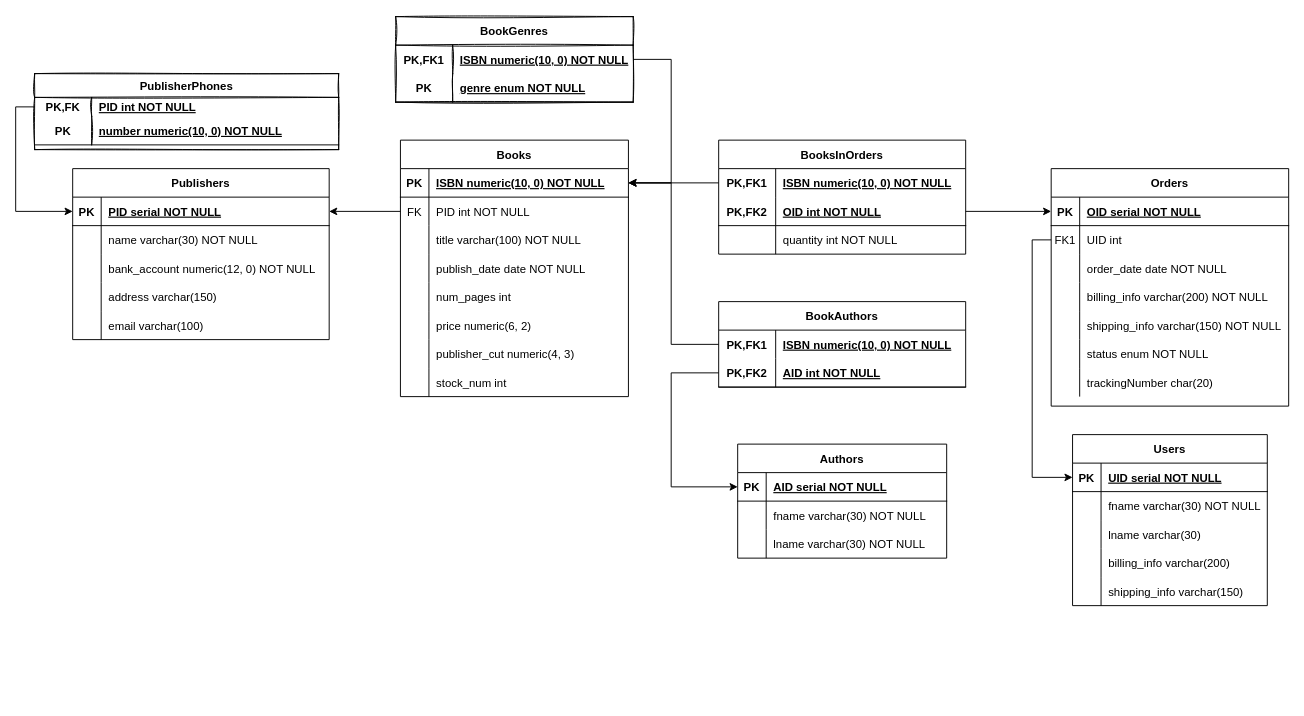
AdamArrhaoui/COMP3005-LookInnaBook keeps this draw.io diagram as diagrams/Schema Diagram.drawio. Above is the earlier version. Source tidied: cells renumbered, new cells numbered last; positions are measured from the earlier drawing's top-left corner, leaving out a move shared by most shapes. Both pictures are drawn from the tidied source at 95%, with x=0, y=0 at pixel (34, 16).
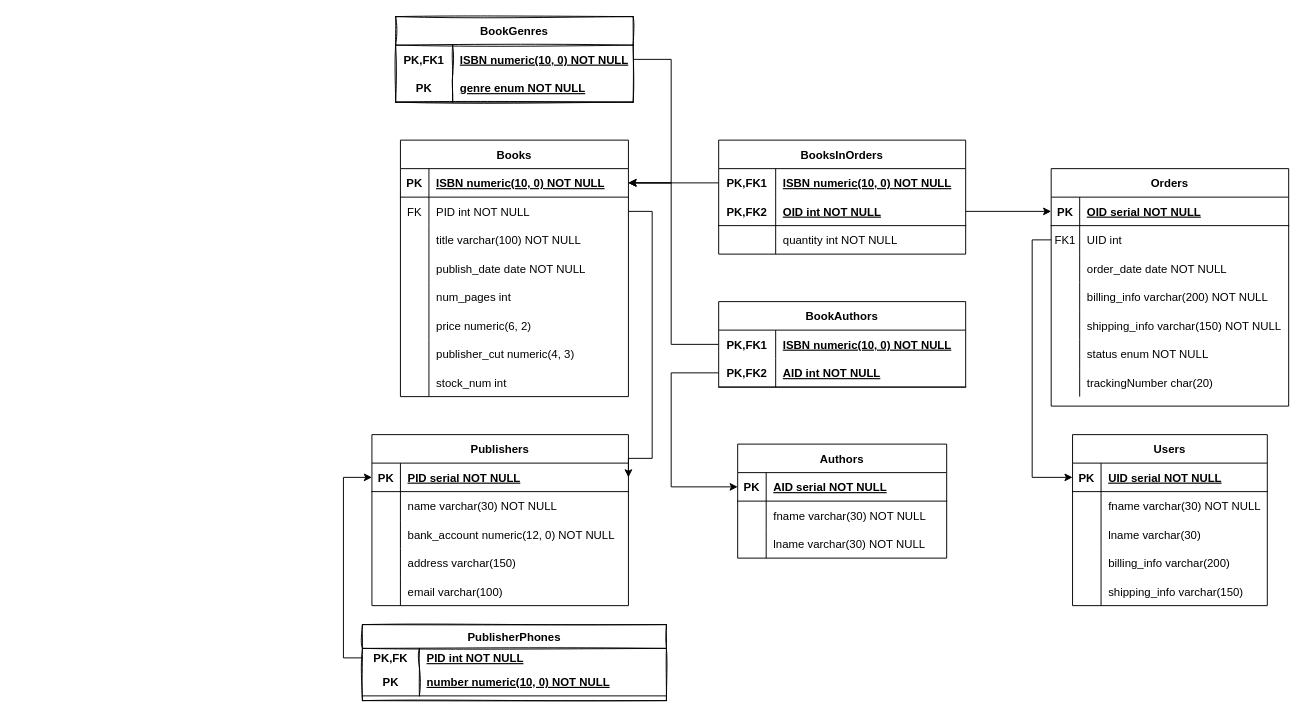
After the change.

The change refers to these unchanged cells:
```xml
<mxCell id="28" style="shape=tableRow;horizontal=0;startSize=0;swimlaneHead=0;swimlaneBody=0;fillColor=none;points=[[0,0.5],[1,0.5]];portConstraint=eastwest;top=0;left=0;right=0;bottom=0;" parent="24" vertex="1">
  <mxGeometry y="60" width="240" height="30" as="geometry" />
</mxCell>
<mxCell id="50" style="shape=tableRow;horizontal=0;startSize=0;swimlaneHead=0;swimlaneBody=0;fillColor=none;points=[[0,0.5],[1,0.5]];portConstraint=eastwest;top=0;left=0;right=0;bottom=1;" parent="49" vertex="1">
  <mxGeometry y="30" width="270" height="30" as="geometry" />
</mxCell>
```

What changed in the source:
```diff
@@
     <mxCell id="49" value="Publishers" style="shape=table;startSize=30;childLayout=tableLayout;rowLines=0;fontStyle=1;align=center;" parent="1" vertex="1">
-      <mxGeometry x="40" y="160" width="270" height="180" as="geometry" />
+      <mxGeometry x="355" y="440" width="270" height="180" as="geometry" />
     </mxCell>
@@
     <mxCell id="65" value="PublisherPhones" style="shape=table;startSize=25;childLayout=tableLayout;rowLines=0;fontStyle=1;align=center;perimeterSpacing=0;swimlaneFillColor=none;shadow=0;swimlaneLine=1;sketch=1;gradientColor=none;fixDash=0;" parent="1" vertex="1">
-      <mxGeometry y="60" width="320" height="80" as="geometry" />
+      <mxGeometry x="345" y="640" width="320" height="80" as="geometry" />
     </mxCell>
@@
-    <mxCell id="73" style="edgeStyle=orthogonalEdgeStyle;rounded=0;jettySize=auto;html=1;exitX=0;exitY=0.5;exitDx=0;exitDy=0;entryX=1;entryY=0.5;entryDx=0;entryDy=0;" parent="1" edge="1" source="28" target="50">
-      <mxGeometry relative="1" as="geometry" />
+    <mxCell id="73" style="edgeStyle=orthogonalEdgeStyle;rounded=0;jettySize=auto;html=1;exitX=1;exitY=0.5;exitDx=0;exitDy=0;entryX=1;entryY=0.5;entryDx=0;entryDy=0;" parent="1" edge="1" source="28" target="50">
+      <mxGeometry relative="1" as="geometry">
+        <Array as="points">
+          <mxPoint x="650" y="205" />
+          <mxPoint x="650" y="465" />
+        </Array>
+      </mxGeometry>
     </mxCell>
```
